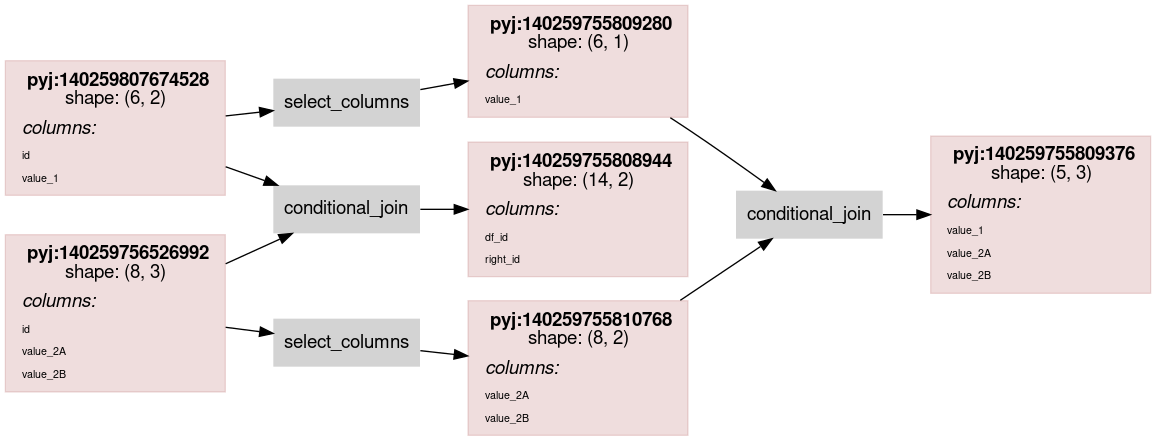
This is scripts/rdflog/conditional_join.ttl.dot.png from asmirnov69/pyjviz-poc, a Graphviz export, as it was before one commit. Its source is kept beside it as scripts/rdflog/conditional_join.ttl.dot.
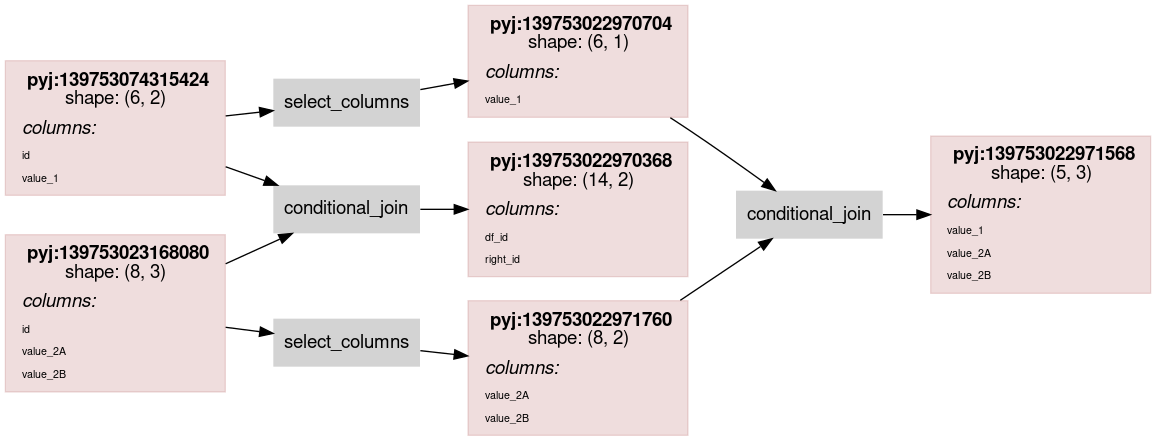
After the commit.

What changed in the source:
```diff
@@ -14,7 +14,7 @@
                 color="#88000022"
                 shape = rect
                 label = <<table border="0" cellborder="0" cellspacing="0" cellpadding="4">
-                         <tr> <td> <b>pyj:140259807674528</b><br/>shape: (6, 2)</td> </tr>
+                         <tr> <td> <b>pyj:139753074315424</b><br/>shape: (6, 2)</td> </tr>
                          <tr> <td align="left"><i>columns:</i><br align="left"/></td></tr>
                 <tr><td align="left"><FONT POINT-SIZE="8px">id</FONT></td></tr>
 <tr><td align="left"><FONT POINT-SIZE="8px">value_1</FONT></td></tr>
@@ -24,7 +24,7 @@
                 color="#88000022"
                 shape = rect
                 label = <<table border="0" cellborder="0" cellspacing="0" cellpadding="4">
-                         <tr> <td> <b>pyj:140259755808944</b><br/>shape: (14, 2)</td> </tr>
+                         <tr> <td> <b>pyj:139753022970368</b><br/>shape: (14, 2)</td> </tr>
                          <tr> <td align="left"><i>columns:</i><br align="left"/></td></tr>
                 <tr><td align="left"><FONT POINT-SIZE="8px">df_id</FONT></td></tr>
 <tr><td align="left"><FONT POINT-SIZE="8px">right_id</FONT></td></tr>
@@ -34,7 +34,7 @@
                 color="#88000022"
                 shape = rect
                 label = <<table border="0" cellborder="0" cellspacing="0" cellpadding="4">
-                         <tr> <td> <b>pyj:140259756526992</b><br/>shape: (8, 3)</td> </tr>
+                         <tr> <td> <b>pyj:139753023168080</b><br/>shape: (8, 3)</td> </tr>
                          <tr> <td align="left"><i>columns:</i><br align="left"/></td></tr>
                 <tr><td align="left"><FONT POINT-SIZE="8px">id</FONT></td></tr>
 <tr><td align="left"><FONT POINT-SIZE="8px">value_2A</FONT></td></tr>
@@ -45,7 +45,7 @@
                 color="#88000022"
                 shape = rect
                 label = <<table border="0" cellborder="0" cellspacing="0" cellpadding="4">
-                         <tr> <td> <b>pyj:140259755809280</b><br/>shape: (6, 1)</td> </tr>
+                         <tr> <td> <b>pyj:139753022970704</b><br/>shape: (6, 1)</td> </tr>
                          <tr> <td align="left"><i>columns:</i><br align="left"/></td></tr>
                 <tr><td align="left"><FONT POINT-SIZE="8px">value_1</FONT></td></tr>
                          </table>>
@@ -54,7 +54,7 @@
                 color="#88000022"
                 shape = rect
                 label = <<table border="0" cellborder="0" cellspacing="0" cellpadding="4">
-                         <tr> <td> <b>pyj:140259755810768</b><br/>shape: (8, 2)</td> </tr>
+                         <tr> <td> <b>pyj:139753022971760</b><br/>shape: (8, 2)</td> </tr>
                          <tr> <td align="left"><i>columns:</i><br align="left"/></td></tr>
                 <tr><td align="left"><FONT POINT-SIZE="8px">value_2A</FONT></td></tr>
 <tr><td align="left"><FONT POINT-SIZE="8px">value_2B</FONT></td></tr>
@@ -64,7 +64,7 @@
                 color="#88000022"
                 shape = rect
                 label = <<table border="0" cellborder="0" cellspacing="0" cellpadding="4">
-                         <tr> <td> <b>pyj:140259755809376</b><br/>shape: (5, 3)</td> </tr>
+                         <tr> <td> <b>pyj:139753022971568</b><br/>shape: (5, 3)</td> </tr>
                          <tr> <td align="left"><i>columns:</i><br align="left"/></td></tr>
                 <tr><td align="left"><FONT POINT-SIZE="8px">value_1</FONT></td></tr>
 <tr><td align="left"><FONT POINT-SIZE="8px">value_2A</FONT></td></tr>
```
